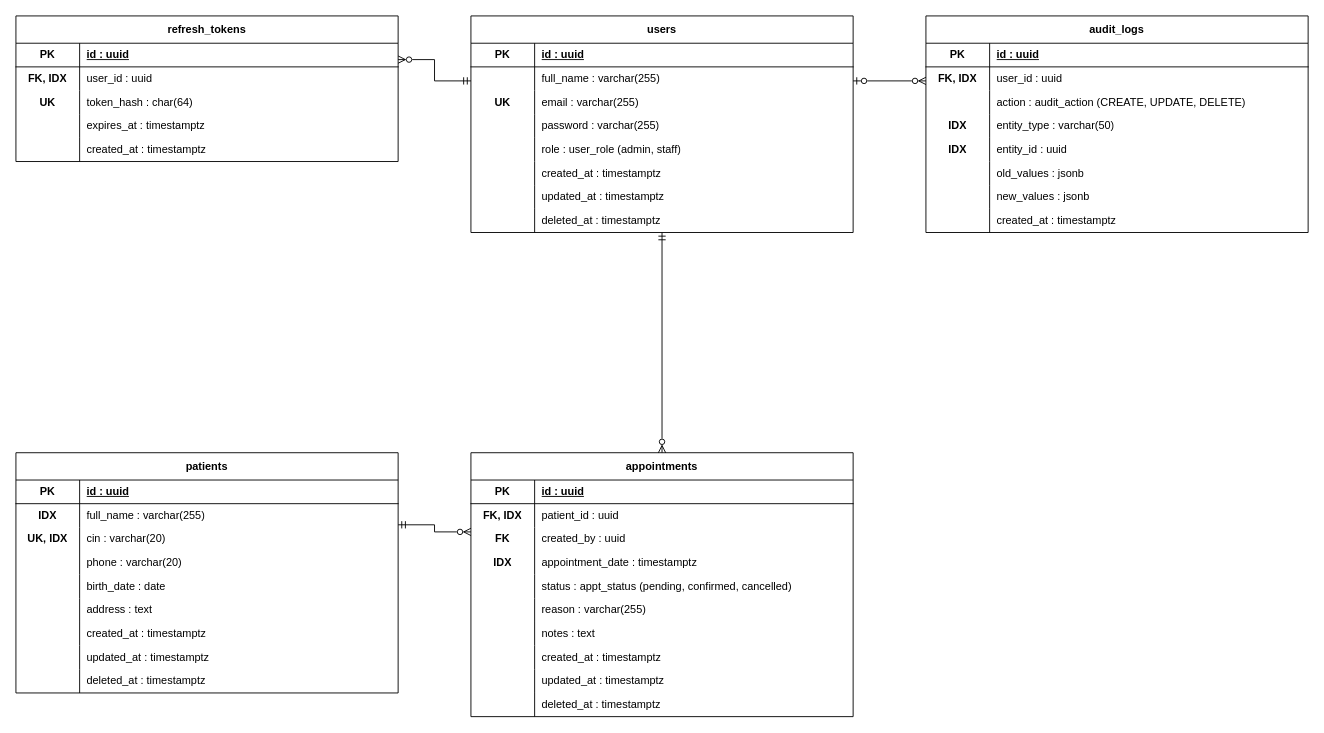
Before: docs/erd.drawio in Mohamed-EDDAHMANI/clinicFlow, a draw.io diagram. Source tidied: cells renumbered, new cells numbered last; positions are measured from the earlier drawing's top-left corner, leaving out a move shared by most shapes. Both pictures are drawn from the tidied source at 91%, with x=0, y=0 at pixel (15, 15).
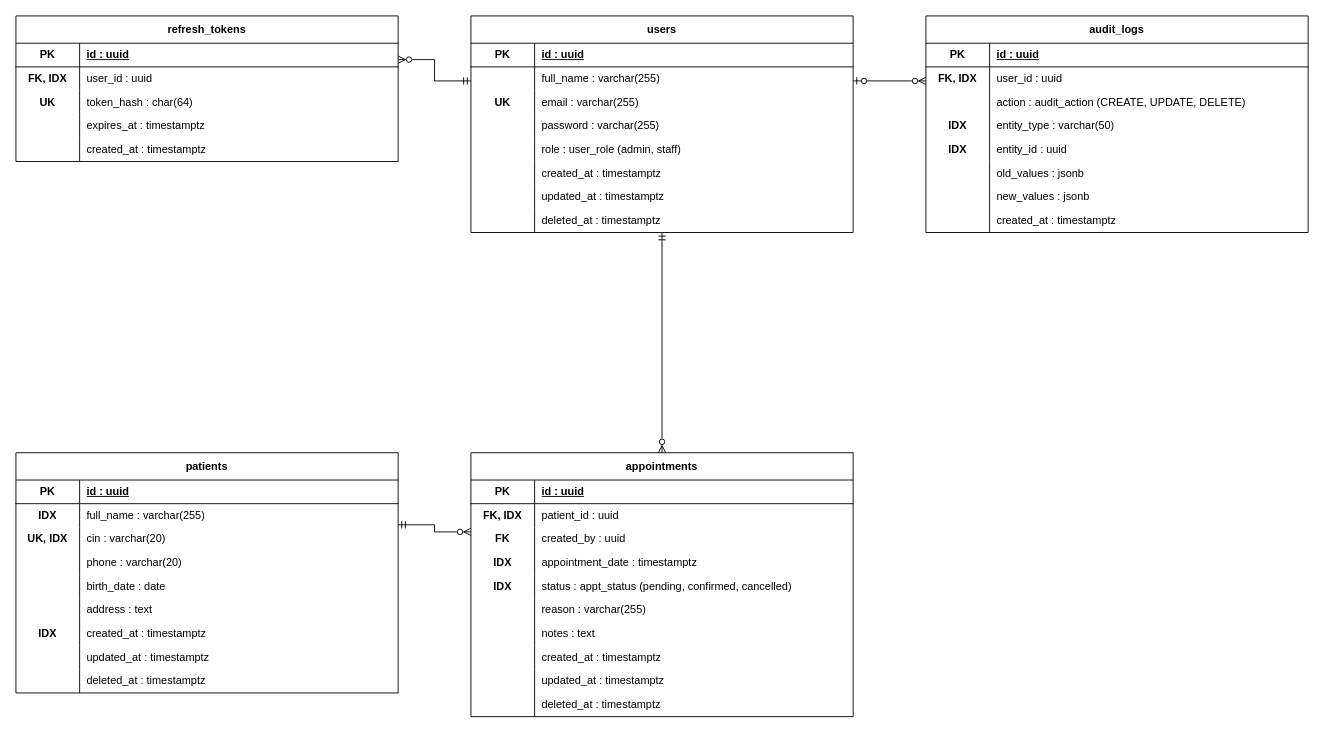
The same diagram, later.

Commit message (it also covers changes not shown here):
feat(db): add schema migrations

The change refers to these unchanged cells:
```xml
<mxCell id="46" style="shape=tableRow;horizontal=0;startSize=0;swimlaneHead=0;swimlaneBody=0;fillColor=none;top=0;left=0;right=0;bottom=0;html=1;" parent="27" vertex="1">
  <mxGeometry y="186" width="420" height="26" as="geometry" />
</mxCell>
<mxCell id="68" style="shape=tableRow;horizontal=0;startSize=0;swimlaneHead=0;swimlaneBody=0;fillColor=none;top=0;left=0;right=0;bottom=0;html=1;" parent="55" vertex="1">
  <mxGeometry y="134" width="420" height="26" as="geometry" />
</mxCell>
```

The edit, as a diff of the source:
```diff
@@
-    <mxCell id="47" style="shape=partialRectangle;fillColor=none;top=0;left=0;bottom=0;right=0;fontStyle=1;overflow=hidden;whiteSpace=wrap;html=1;" parent="46" vertex="1">
+    <mxCell id="47" value="IDX" style="shape=partialRectangle;fillColor=none;top=0;left=0;bottom=0;right=0;fontStyle=1;overflow=hidden;whiteSpace=wrap;html=1;" parent="46" vertex="1">
       <mxGeometry width="70" height="26" as="geometry" />
     </mxCell>
@@
-    <mxCell id="69" style="shape=partialRectangle;fillColor=none;top=0;left=0;bottom=0;right=0;fontStyle=1;overflow=hidden;whiteSpace=wrap;html=1;" parent="68" vertex="1">
+    <mxCell id="69" value="IDX" style="shape=partialRectangle;fillColor=none;top=0;left=0;bottom=0;right=0;fontStyle=1;overflow=hidden;whiteSpace=wrap;html=1;" parent="68" vertex="1">
       <mxGeometry width="70" height="26" as="geometry" />
     </mxCell>
```
